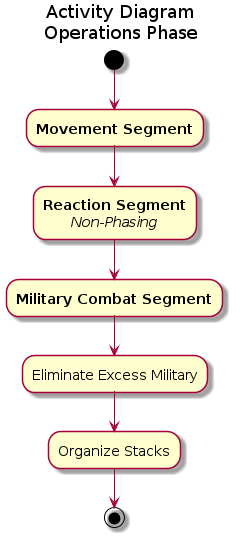
ui-cs383/Activity-Diagrams keeps this PlantUML diagram as Turn/Operations-Phase.png. Above is the earlier version. Its diagram source:
```plantuml
@startuml

title Activity Diagram\nOperations Phase


(*) --> "<b>Movement Segment" as MS

MS --> "<b>Reaction Segment\n<i>Non-Phasing" as RS

RS --> "<b>Military Combat Segment" as MCS

MCS --> "Eliminate Excess Military" as EM

EM --> "Organize Stacks"

--> (*)
@enduml
```
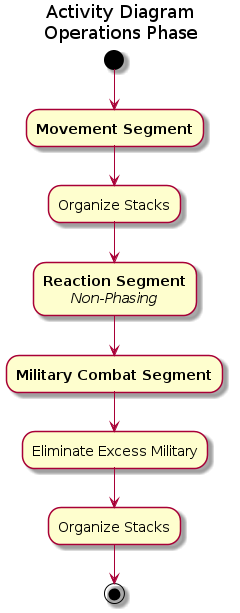
The same diagram one commit later.

Diff of the diagram source:
```diff
@@ -4,14 +4,15 @@
 
 
 (*) --> "<b>Movement Segment" as MS
+MS --> "Organize Stacks" as OS1
 
-MS --> "<b>Reaction Segment\n<i>Non-Phasing" as RS
+OS1 --> "<b>Reaction Segment\n<i>Non-Phasing" as RS
 
 RS --> "<b>Military Combat Segment" as MCS
 
 MCS --> "Eliminate Excess Military" as EM
 
-EM --> "Organize Stacks"
+EM --> "Organize Stacks" as OS2
 
---> (*)
+OS2 --> (*)
 @enduml
```
